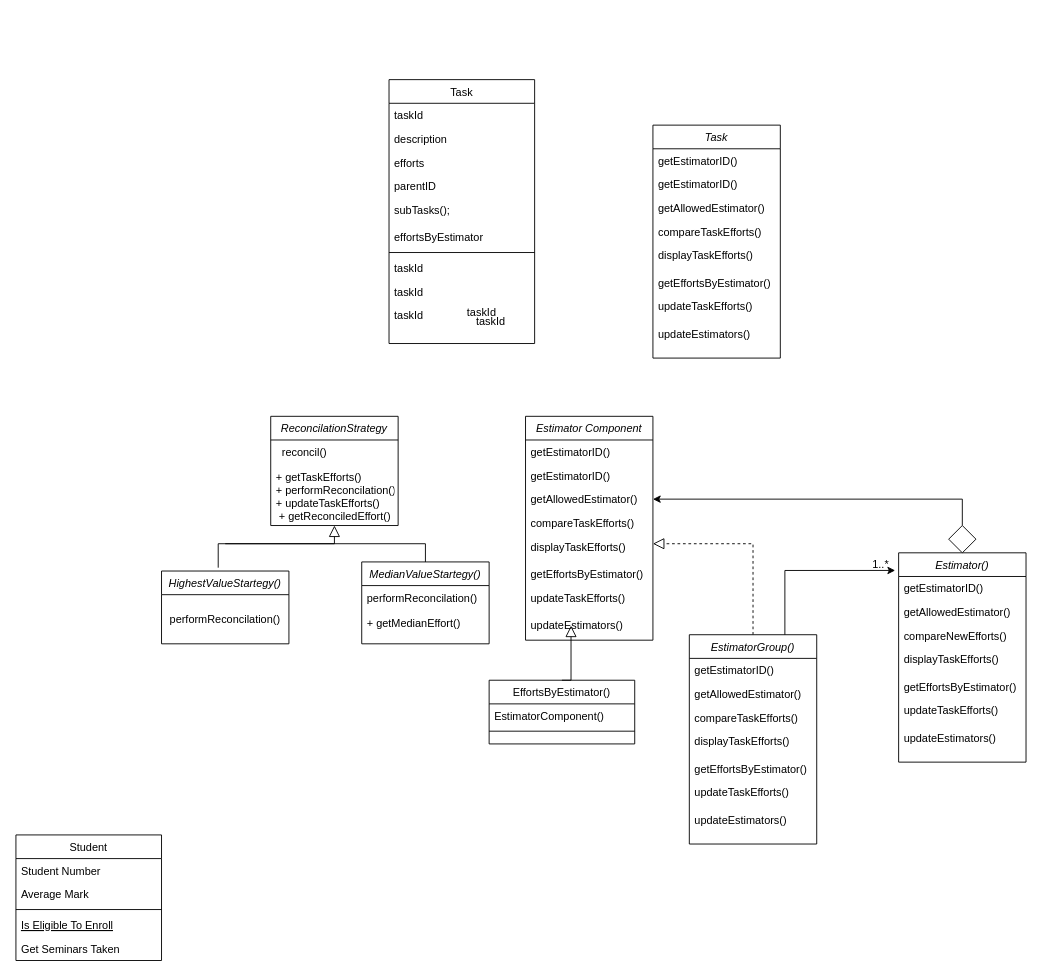
Before: Untitled Diagram.drawio in HariniRavi490/myRepo, a draw.io diagram. Source tidied: cells renumbered, new cells numbered last; positions are measured from the earlier drawing's top-left corner, leaving out a move shared by most shapes. Both pictures are drawn from the tidied source at 91%, with x=0, y=0 at pixel (15, 79).
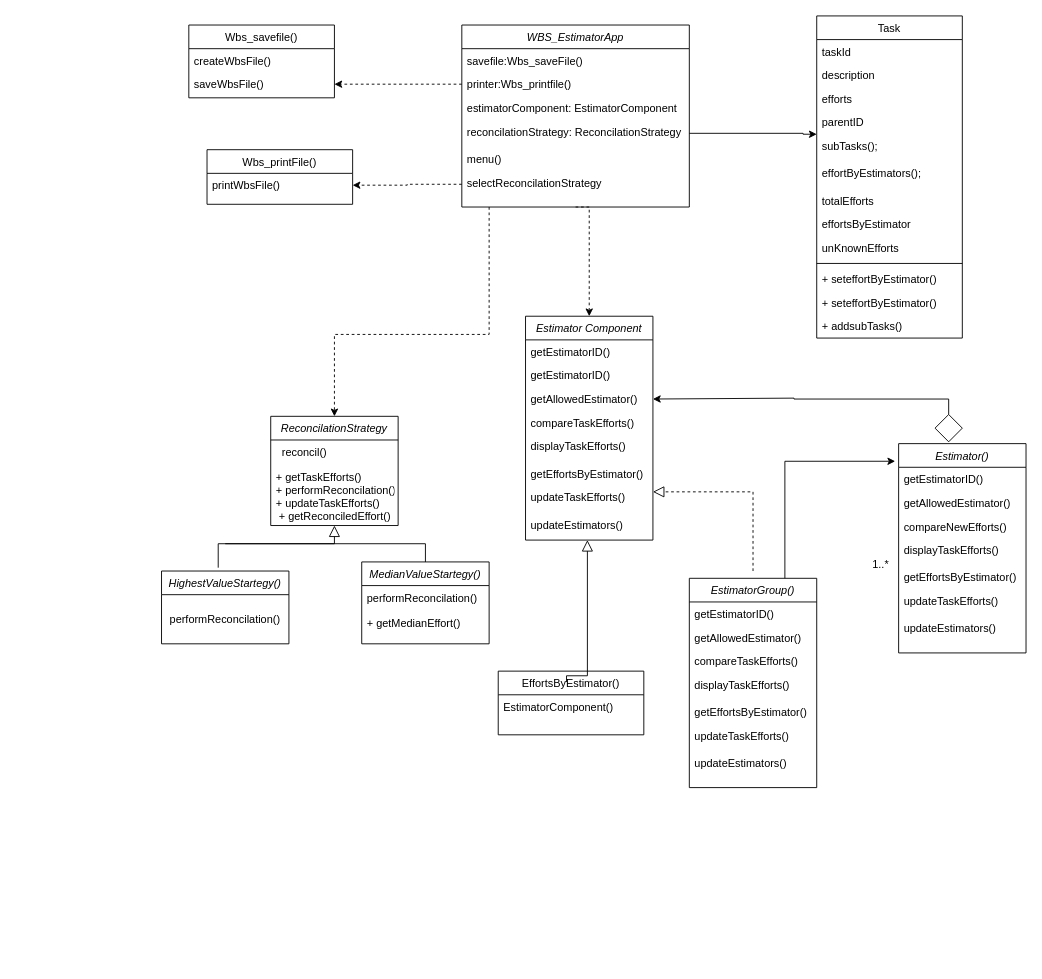
The same page after the edit.

The change refers to these unchanged cells:
```xml
<mxCell id="5" value="getAllowedEstimator()" style="text;align=left;verticalAlign=top;spacingLeft=4;spacingRight=4;overflow=hidden;points=[[0,0.5],[1,0.5]];portConstraint=eastwest;rounded=0;shadow=0;html=0;" parent="2" vertex="1">
  <mxGeometry y="78" width="140" height="26" as="geometry" />
</mxCell>
<mxCell id="37" value="ReconcilationStrategy" style="swimlane;fontStyle=2;align=center;verticalAlign=top;horizontal=1;startSize=26;rounded=0;shadow=0;strokeWidth=1;" parent="1" vertex="1">
  <mxGeometry x="280" y="370" width="140" height="120" as="geometry" />
</mxCell>
```

Diff of the diagram source:
```diff
@@
     <mxCell id="2" value="Estimator Component" style="swimlane;fontStyle=2;align=center;verticalAlign=top;horizontal=1;startSize=26;rounded=0;shadow=0;strokeWidth=1;" parent="1" vertex="1">
-      <mxGeometry x="560" y="370" width="140" height="246" as="geometry" />
+      <mxGeometry x="560" y="260" width="140" height="246" as="geometry" />
     </mxCell>
@@
-    <mxCell id="11" value="Student" style="swimlane;fontStyle=0;align=center;verticalAlign=top;horizontal=1;startSize=26;rounded=0;shadow=0;strokeWidth=1;" parent="1" vertex="1">
-      <mxGeometry y="830" width="160" height="138" as="geometry" />
-    </mxCell>
-    <mxCell id="12" value="Student Number" style="text;align=left;verticalAlign=top;spacingLeft=4;spacingRight=4;overflow=hidden;" parent="11" vertex="1">
-      <mxGeometry y="26" width="160" height="26" as="geometry" />
-    </mxCell>
-    <mxCell id="13" value="Average Mark" style="text;align=left;verticalAlign=top;spacingLeft=4;spacingRight=4;overflow=hidden;rounded=0;shadow=0;html=0;" parent="11" vertex="1">
-      <mxGeometry y="52" width="160" height="26" as="geometry" />
-    </mxCell>
-    <mxCell id="14" style="line;html=1;strokeWidth=1;align=left;verticalAlign=middle;spacingTop=-1;spacingLeft=3;spacingRight=3;labelPosition=right;" parent="11" vertex="1">
-      <mxGeometry y="78" width="160" height="8" as="geometry" />
-    </mxCell>
-    <mxCell id="15" value="Is Eligible To Enroll" style="text;align=left;verticalAlign=top;spacingLeft=4;spacingRight=4;overflow=hidden;fontStyle=4;" parent="11" vertex="1">
-      <mxGeometry y="86" width="160" height="26" as="geometry" />
-    </mxCell>
-    <mxCell id="16" value="Get Seminars Taken" style="text;align=left;verticalAlign=top;spacingLeft=4;spacingRight=4;overflow=hidden;" parent="11" vertex="1">
-      <mxGeometry y="112" width="160" height="26" as="geometry" />
-    </mxCell>
     <mxCell id="17" value="EffortsByEstimator()" style="swimlane;fontStyle=0;align=center;verticalAlign=top;horizontal=1;startSize=26;rounded=0;shadow=0;strokeWidth=1;" parent="1" vertex="1">
-      <mxGeometry x="520" y="660" width="160" height="70" as="geometry" />
+      <mxGeometry x="530" y="650" width="160" height="70" as="geometry" />
     </mxCell>
@@
-    <mxCell id="19" style="line;html=1;strokeWidth=1;align=left;verticalAlign=middle;spacingTop=-1;spacingLeft=3;spacingRight=3;labelPosition=right;" parent="17" vertex="1">
-      <mxGeometry y="52" width="160" height="8" as="geometry" />
-    </mxCell>
-    <mxCell id="20" style="endArrow=block;endSize=10;endFill=0;shadow=0;strokeWidth=1;rounded=0;curved=0;edgeStyle=elbowEdgeStyle;elbow=vertical;exitX=0.5;exitY=0;exitDx=0;exitDy=0;dashed=1;" parent="1" edge="1" source="29">
+    <mxCell id="20" style="endArrow=block;endSize=10;endFill=0;shadow=0;strokeWidth=1;rounded=0;curved=0;edgeStyle=elbowEdgeStyle;elbow=vertical;exitX=0.5;exitY=0;exitDx=0;exitDy=0;dashed=1;entryX=1;entryY=0.5;entryDx=0;entryDy=0;" parent="1" edge="1">
       <mxGeometry relative="1" as="geometry">
-        <mxPoint x="700" y="510" as="targetPoint" />
+        <mxPoint x="810" y="540" as="sourcePoint" />
+        <mxPoint x="700" y="453" as="targetPoint" />
         <Array as="points">
-          <mxPoint x="860" y="510" />
+          <mxPoint x="770" y="453" />
+          <mxPoint x="860" y="502" />
         </Array>
       </mxGeometry>
     </mxCell>
     <mxCell id="21" value="Estimator()" style="swimlane;fontStyle=2;align=center;verticalAlign=top;horizontal=1;startSize=26;rounded=0;shadow=0;strokeWidth=1;" parent="1" vertex="1">
-      <mxGeometry x="970" y="520" width="140" height="230" as="geometry" />
+      <mxGeometry x="970" y="400" width="140" height="230" as="geometry" />
     </mxCell>
@@
     <mxCell id="29" value="EstimatorGroup()" style="swimlane;fontStyle=2;align=center;verticalAlign=top;horizontal=1;startSize=26;rounded=0;shadow=0;strokeWidth=1;" parent="1" vertex="1">
-      <mxGeometry x="740" y="610" width="140" height="230" as="geometry" />
+      <mxGeometry x="740" y="548" width="140" height="230" as="geometry" />
     </mxCell>
@@
     <mxCell id="39" style="edgeStyle=orthogonalEdgeStyle;rounded=0;jettySize=auto;html=1;entryX=1;entryY=0.5;entryDx=0;entryDy=0;" parent="1" edge="1" source="40" target="5">
-      <mxGeometry relative="1" as="geometry" />
+      <mxGeometry relative="1" as="geometry">
+        <Array as="points">
+          <mxPoint x="1025" y="351" />
+          <mxPoint x="855" y="351" />
+          <mxPoint x="700" y="350" />
+        </Array>
+      </mxGeometry>
     </mxCell>
     <mxCell id="40" style="rhombus;whiteSpace=wrap;html=1;verticalAlign=top;fontStyle=2;startSize=26;rounded=0;shadow=0;strokeWidth=1;" parent="1" vertex="1">
-      <mxGeometry x="1025" y="490" width="30" height="30" as="geometry" />
+      <mxGeometry x="1010" y="368" width="30" height="30" as="geometry" />
     </mxCell>
-    <mxCell id="41" style="endArrow=block;endSize=10;endFill=0;shadow=0;strokeWidth=1;rounded=0;curved=0;edgeStyle=elbowEdgeStyle;elbow=vertical;exitX=0.5;exitY=0;exitDx=0;exitDy=0;" parent="1" edge="1" source="17">
+    <mxCell id="41" style="endArrow=block;endSize=10;endFill=0;shadow=0;strokeWidth=1;rounded=0;curved=0;edgeStyle=elbowEdgeStyle;elbow=vertical;exitX=0.469;exitY=0.171;exitDx=0;exitDy=0;entryX=0.365;entryY=1.162;entryDx=0;entryDy=0;entryPerimeter=0;exitPerimeter=0;" parent="1" edge="1" source="17">
       <mxGeometry relative="1" as="geometry">
-        <mxPoint x="610" y="600" as="targetPoint" />
+        <mxPoint x="628" y="506" as="targetPoint" />
         <Array as="points">
-          <mxPoint x="620" y="660" />
+          <mxPoint x="637" y="655.1" />
         </Array>
       </mxGeometry>
     </mxCell>
@@
+    <mxCell id="72" style="edgeStyle=orthogonalEdgeStyle;rounded=0;jettySize=auto;html=1;entryX=0.5;entryY=0;entryDx=0;entryDy=0;dashed=1;" parent="1" edge="1" source="50" target="37">
+      <mxGeometry relative="1" as="geometry">
+        <Array as="points">
+          <mxPoint x="520" y="280" />
+          <mxPoint x="350" y="280" />
+        </Array>
+      </mxGeometry>
+    </mxCell>
+    <mxCell id="73" style="edgeStyle=orthogonalEdgeStyle;rounded=0;jettySize=auto;html=1;exitX=0.5;exitY=1;exitDx=0;exitDy=0;entryX=0.5;entryY=0;entryDx=0;entryDy=0;dashed=1;" parent="1" edge="1" source="50" target="2">
+      <mxGeometry relative="1" as="geometry">
+        <Array as="points">
+          <mxPoint x="630" y="140" />
+        </Array>
+      </mxGeometry>
+    </mxCell>
-    <mxCell id="50" value="Task" style="swimlane;fontStyle=2;align=center;verticalAlign=top;horizontal=1;startSize=26;rounded=0;shadow=0;strokeWidth=1;" parent="1" vertex="1">
-      <mxGeometry x="700" y="50" width="140" height="256" as="geometry" />
+    <mxCell id="50" value="WBS_EstimatorApp" style="swimlane;fontStyle=2;align=center;verticalAlign=top;horizontal=1;startSize=26;rounded=0;shadow=0;strokeWidth=1;" parent="1" vertex="1">
+      <mxGeometry x="490" y="-60" width="250" height="200" as="geometry" />
     </mxCell>
-    <mxCell id="51" value="getEstimatorID()&#10;" style="text;align=left;verticalAlign=top;spacingLeft=4;spacingRight=4;overflow=hidden;" parent="50" vertex="1">
-      <mxGeometry y="26" width="140" height="26" as="geometry" />
+    <mxCell id="51" value="savefile:Wbs_saveFile()" style="text;align=left;verticalAlign=top;spacingLeft=4;spacingRight=4;overflow=hidden;" parent="50" vertex="1">
+      <mxGeometry y="26" width="250" height="26" as="geometry" />
     </mxCell>
-    <mxCell id="52" value="getEstimatorID()&#10;" style="text;align=left;verticalAlign=top;spacingLeft=4;spacingRight=4;overflow=hidden;points=[[0,0.5],[1,0.5]];portConstraint=eastwest;" parent="50" vertex="1">
-      <mxGeometry y="52" width="140" height="26" as="geometry" />
+    <mxCell id="52" value="printer:Wbs_printfile()" style="text;align=left;verticalAlign=top;spacingLeft=4;spacingRight=4;overflow=hidden;points=[[0,0.5],[1,0.5]];portConstraint=eastwest;" parent="50" vertex="1">
+      <mxGeometry y="52" width="250" height="26" as="geometry" />
     </mxCell>
-    <mxCell id="53" value="getAllowedEstimator()" style="text;align=left;verticalAlign=top;spacingLeft=4;spacingRight=4;overflow=hidden;rounded=0;shadow=0;html=0;" parent="50" vertex="1">
-      <mxGeometry y="78" width="140" height="26" as="geometry" />
-    </mxCell>
-    <mxCell id="54" value="compareTaskEfforts()" style="text;align=left;verticalAlign=top;spacingLeft=4;spacingRight=4;overflow=hidden;rounded=0;shadow=0;html=0;" parent="50" vertex="1">
-      <mxGeometry y="104" width="140" height="26" as="geometry" />
+    <mxCell id="54" value="estimatorComponent: EstimatorComponent" style="text;align=left;verticalAlign=top;spacingLeft=4;spacingRight=4;overflow=hidden;rounded=0;shadow=0;html=0;" parent="50" vertex="1">
+      <mxGeometry y="78" width="250" height="26" as="geometry" />
     </mxCell>
-    <mxCell id="55" value="displayTaskEfforts()" style="text;align=left;verticalAlign=top;spacingLeft=4;spacingRight=4;overflow=hidden;points=[[0,0.5],[1,0.5]];portConstraint=eastwest;" parent="50" vertex="1">
-      <mxGeometry y="130" width="140" height="30" as="geometry" />
+    <mxCell id="55" value="reconcilationStrategy: ReconcilationStrategy" style="text;align=left;verticalAlign=top;spacingLeft=4;spacingRight=4;overflow=hidden;points=[[0,0.5],[1,0.5]];portConstraint=eastwest;" parent="50" vertex="1">
+      <mxGeometry y="104" width="250" height="30" as="geometry" />
     </mxCell>
-    <mxCell id="56" value="getEffortsByEstimator()" style="text;align=left;verticalAlign=top;spacingLeft=4;spacingRight=4;overflow=hidden;" parent="50" vertex="1">
-      <mxGeometry y="160" width="140" height="26" as="geometry" />
+    <mxCell id="56" value="menu()" style="text;align=left;verticalAlign=top;spacingLeft=4;spacingRight=4;overflow=hidden;" parent="50" vertex="1">
+      <mxGeometry y="134" width="250" height="26" as="geometry" />
     </mxCell>
-    <mxCell id="57" value="updateTaskEfforts()" style="text;align=left;verticalAlign=top;spacingLeft=4;spacingRight=4;overflow=hidden;points=[[0,0.5],[1,0.5]];portConstraint=eastwest;" parent="50" vertex="1">
-      <mxGeometry y="186" width="140" height="30" as="geometry" />
+    <mxCell id="57" value="selectReconcilationStrategy" style="text;align=left;verticalAlign=top;spacingLeft=4;spacingRight=4;overflow=hidden;points=[[0,0.5],[1,0.5]];portConstraint=eastwest;" parent="50" vertex="1">
+      <mxGeometry y="160" width="250" height="30" as="geometry" />
     </mxCell>
-    <mxCell id="58" value="updateEstimators()" style="text;align=left;verticalAlign=top;spacingLeft=4;spacingRight=4;overflow=hidden;" parent="50" vertex="1">
-      <mxGeometry y="216" width="140" height="30" as="geometry" />
-    </mxCell>
     <mxCell id="59" value="Task" style="swimlane;fontStyle=0;align=center;verticalAlign=top;horizontal=1;startSize=26;rounded=0;shadow=0;strokeWidth=1;" parent="1" vertex="1">
-      <mxGeometry x="410" width="160" height="290" as="geometry" />
+      <mxGeometry x="880" y="-70" width="160" height="354" as="geometry" />
     </mxCell>
@@
+    <mxCell id="74" value="effortByEstimators();" style="text;align=left;verticalAlign=top;spacingLeft=4;spacingRight=4;overflow=hidden;" parent="59" vertex="1">
+      <mxGeometry y="160" width="160" height="30" as="geometry" />
+    </mxCell>
+    <mxCell id="70" value="totalEfforts" style="text;align=left;verticalAlign=top;spacingLeft=4;spacingRight=4;overflow=hidden;" parent="59" vertex="1">
+      <mxGeometry y="190" width="160" height="26" as="geometry" />
+    </mxCell>
     <mxCell id="65" value="effortsByEstimator" style="text;align=left;verticalAlign=top;spacingLeft=4;spacingRight=4;overflow=hidden;" parent="59" vertex="1">
-      <mxGeometry y="160" width="160" height="26" as="geometry" />
+      <mxGeometry y="216" width="160" height="26" as="geometry" />
     </mxCell>
+    <mxCell id="71" value="unKnownEfforts" style="text;align=left;verticalAlign=top;spacingLeft=4;spacingRight=4;overflow=hidden;" parent="59" vertex="1">
+      <mxGeometry y="242" width="160" height="26" as="geometry" />
+    </mxCell>
     <mxCell id="66" style="line;html=1;strokeWidth=1;align=left;verticalAlign=middle;spacingTop=-1;spacingLeft=3;spacingRight=3;labelPosition=right;" parent="59" vertex="1">
-      <mxGeometry y="186" width="160" height="8" as="geometry" />
+      <mxGeometry y="268" width="160" height="8" as="geometry" />
     </mxCell>
-    <mxCell id="67" value="taskId" style="text;align=left;verticalAlign=top;spacingLeft=4;spacingRight=4;overflow=hidden;" parent="59" vertex="1">
-      <mxGeometry y="194" width="160" height="26" as="geometry" />
+    <mxCell id="67" value="+ seteffortByEstimator()" style="text;align=left;verticalAlign=top;spacingLeft=4;spacingRight=4;overflow=hidden;" parent="59" vertex="1">
+      <mxGeometry y="276" width="160" height="26" as="geometry" />
     </mxCell>
-    <mxCell id="68" value="taskId" style="text;align=left;verticalAlign=top;spacingLeft=4;spacingRight=4;overflow=hidden;" parent="59" vertex="1">
-      <mxGeometry y="220" width="160" height="26" as="geometry" />
+    <mxCell id="68" value="+ seteffortByEstimator()" style="text;align=left;verticalAlign=top;spacingLeft=4;spacingRight=4;overflow=hidden;" parent="59" vertex="1">
+      <mxGeometry y="302" width="160" height="26" as="geometry" />
     </mxCell>
-    <mxCell id="69" value="taskId" style="text;align=left;verticalAlign=top;spacingLeft=4;spacingRight=4;overflow=hidden;" parent="59" vertex="1">
-      <mxGeometry y="246" width="160" height="26" as="geometry" />
+    <mxCell id="69" value="+ addsubTasks()" style="text;align=left;verticalAlign=top;spacingLeft=4;spacingRight=4;overflow=hidden;" parent="59" vertex="1">
+      <mxGeometry y="328" width="160" height="26" as="geometry" />
     </mxCell>
-    <mxCell id="70" value="taskId" style="text;align=left;verticalAlign=top;spacingLeft=4;spacingRight=4;overflow=hidden;" parent="1" vertex="1">
-      <mxGeometry x="490" y="242" width="160" height="26" as="geometry" />
-    </mxCell>
-    <mxCell id="71" value="taskId" style="text;align=left;verticalAlign=top;spacingLeft=4;spacingRight=4;overflow=hidden;" parent="1" vertex="1">
-      <mxGeometry x="500" y="252" width="160" height="26" as="geometry" />
-    </mxCell>
+    <mxCell id="75" style="edgeStyle=orthogonalEdgeStyle;rounded=0;jettySize=auto;html=1;exitX=1;exitY=0.5;exitDx=0;exitDy=0;" parent="1" edge="1" source="55">
+      <mxGeometry relative="1" as="geometry">
+        <mxPoint x="880" y="60" as="targetPoint" />
+        <Array as="points">
+          <mxPoint x="865" y="59" />
+          <mxPoint x="990" y="60" />
+        </Array>
+      </mxGeometry>
+    </mxCell>
+    <mxCell id="76" value="Wbs_savefile()" style="swimlane;fontStyle=0;align=center;verticalAlign=top;horizontal=1;startSize=26;rounded=0;shadow=0;strokeWidth=1;" parent="1" vertex="1">
+      <mxGeometry x="190" y="-60" width="160" height="80" as="geometry" />
+    </mxCell>
+    <mxCell id="77" value="createWbsFile()" style="text;align=left;verticalAlign=top;spacingLeft=4;spacingRight=4;overflow=hidden;" parent="76" vertex="1">
+      <mxGeometry y="26" width="160" height="26" as="geometry" />
+    </mxCell>
+    <mxCell id="78" value="saveWbsFile()" style="text;align=left;verticalAlign=top;spacingLeft=4;spacingRight=4;overflow=hidden;points=[[0,0.5],[1,0.5]];portConstraint=eastwest;" parent="76" vertex="1">
+      <mxGeometry y="52" width="160" height="26" as="geometry" />
+    </mxCell>
+    <mxCell id="79" value="Wbs_printFile()" style="swimlane;fontStyle=0;align=center;verticalAlign=top;horizontal=1;startSize=26;rounded=0;shadow=0;strokeWidth=1;" parent="1" vertex="1">
+      <mxGeometry x="210" y="77" width="160" height="60" as="geometry" />
+    </mxCell>
+    <mxCell id="80" value="printWbsFile()" style="text;align=left;verticalAlign=top;spacingLeft=4;spacingRight=4;overflow=hidden;points=[[0,0.5],[1,0.5]];portConstraint=eastwest;" parent="79" vertex="1">
+      <mxGeometry y="26" width="160" height="26" as="geometry" />
+    </mxCell>
+    <mxCell id="81" style="edgeStyle=orthogonalEdgeStyle;rounded=0;jettySize=auto;html=1;exitX=0;exitY=0.5;exitDx=0;exitDy=0;entryX=1;entryY=0.5;entryDx=0;entryDy=0;dashed=1;" parent="1" edge="1" source="52" target="78">
+      <mxGeometry relative="1" as="geometry" />
+    </mxCell>
+    <mxCell id="82" style="edgeStyle=orthogonalEdgeStyle;rounded=0;jettySize=auto;html=1;exitX=0;exitY=0.5;exitDx=0;exitDy=0;entryX=1;entryY=0.5;entryDx=0;entryDy=0;dashed=1;" parent="1" edge="1" source="57" target="80">
+      <mxGeometry relative="1" as="geometry" />
+    </mxCell>
```
